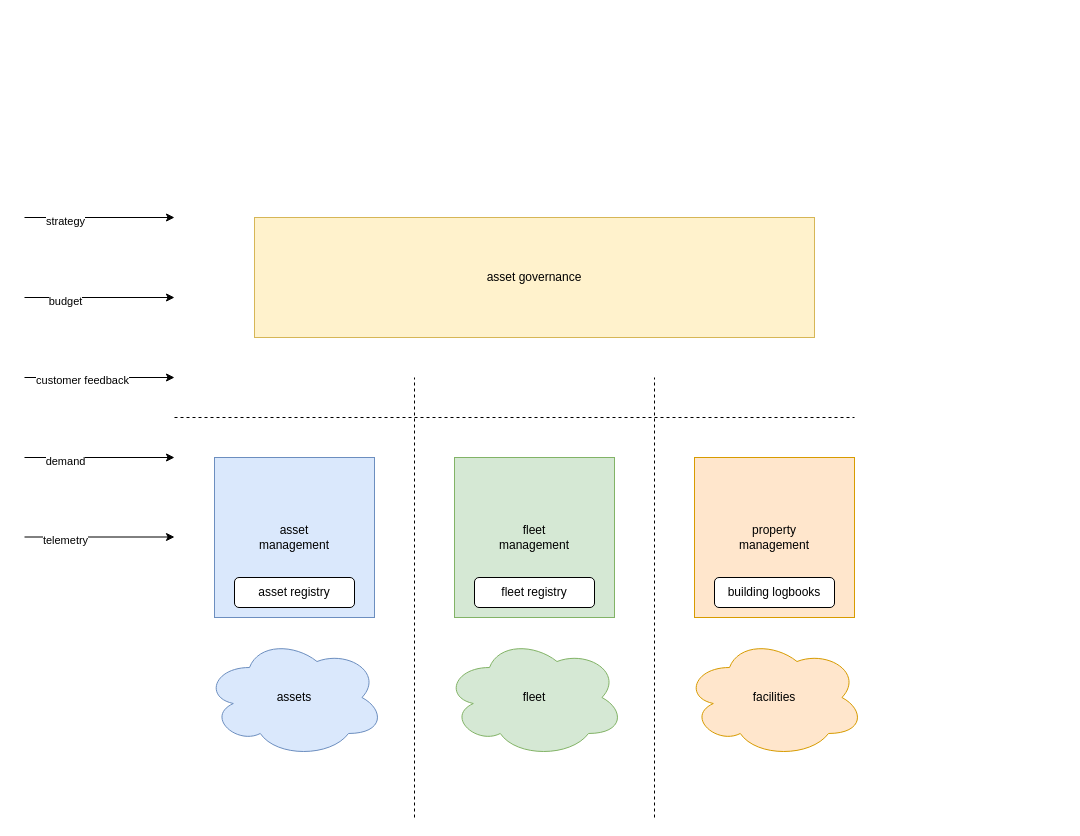
timoruohomaki/LUT-DAP keeps this draw.io diagram as thesis/Untitled Diagram.drawio. Above is the earlier version. Source tidied: cells renumbered, new cells numbered last; positions are measured from the earlier drawing's top-left corner, leaving out a move shared by most shapes. Both pictures are drawn from the tidied source at 100%, with x=0, y=0 at pixel (24, 217).
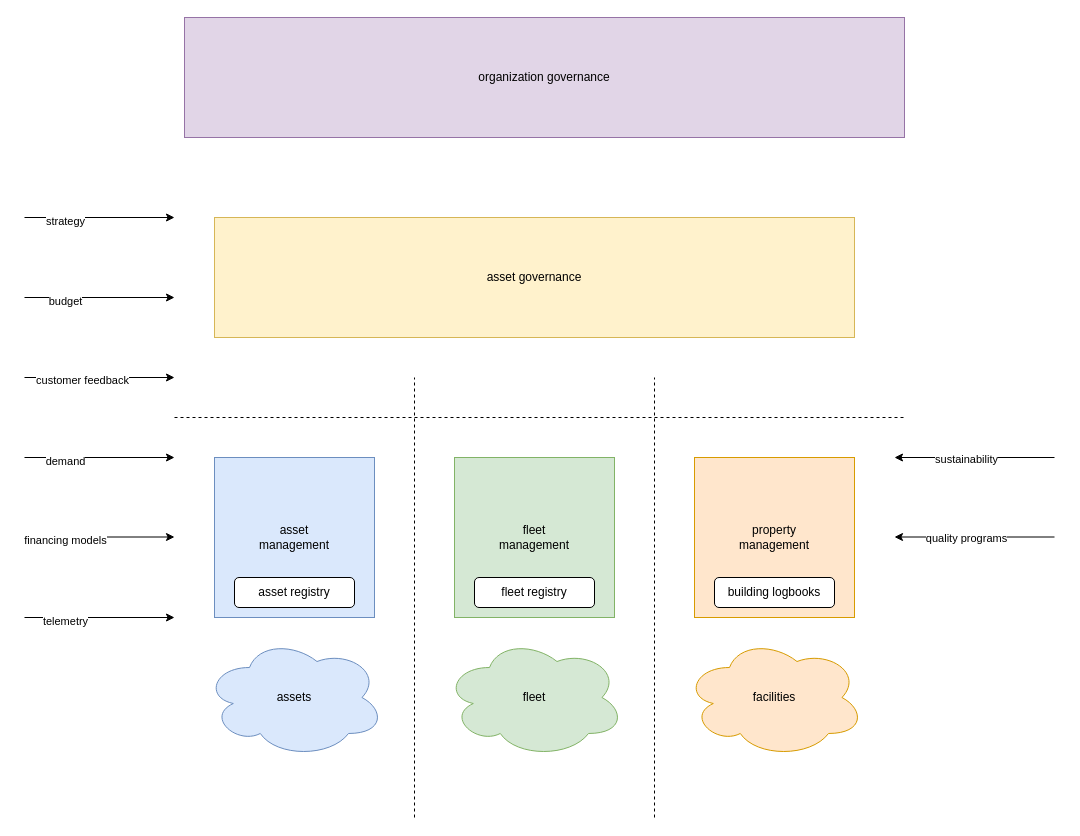
The same page after the edit.

Change to the diagram source:
```diff
@@
     <mxCell id="2" style="endArrow=none;dashed=1;html=1;rounded=0;" parent="1" edge="1">
       <mxGeometry relative="1" as="geometry">
         <mxPoint x="150" y="200" as="sourcePoint" />
-        <mxPoint x="830" y="200" as="targetPoint" />
+        <mxPoint x="880" y="200" as="targetPoint" />
       </mxGeometry>
     </mxCell>
@@
     <mxCell id="8" value="asset governance" style="rounded=0;whiteSpace=wrap;html=1;fillColor=#fff2cc;strokeColor=#d6b656;" parent="1" vertex="1">
-      <mxGeometry x="230" width="560" height="120" as="geometry" />
+      <mxGeometry x="190" width="640" height="120" as="geometry" />
     </mxCell>
@@
     <mxCell id="17" style="endArrow=classic;html=1;rounded=0;" parent="1" edge="1">
       <mxGeometry relative="1" as="geometry">
-        <mxPoint y="319.5" as="sourcePoint" />
-        <mxPoint x="150" y="319.5" as="targetPoint" />
+        <mxPoint y="400" as="sourcePoint" />
+        <mxPoint x="150" y="400" as="targetPoint" />
       </mxGeometry>
     </mxCell>
@@
+    <mxCell id="25" style="endArrow=classic;html=1;rounded=0;" parent="1" edge="1">
+      <mxGeometry relative="1" as="geometry">
+        <mxPoint y="319.5" as="sourcePoint" />
+        <mxPoint x="150" y="319.5" as="targetPoint" />
+      </mxGeometry>
+    </mxCell>
+    <mxCell id="26" value="financing models" style="edgeLabel;html=1;align=center;verticalAlign=middle;" parent="25" vertex="1">
+      <mxGeometry x="0.04" y="-3" relative="1" as="geometry">
+        <mxPoint x="-38" as="offset" />
+      </mxGeometry>
+    </mxCell>
+    <mxCell id="27" style="endArrow=classic;html=1;rounded=0;" parent="1" edge="1">
+      <mxGeometry relative="1" as="geometry">
+        <mxPoint x="1030" y="240" as="sourcePoint" />
+        <mxPoint x="870" y="240" as="targetPoint" />
+      </mxGeometry>
+    </mxCell>
+    <mxCell id="28" value="sustainability" style="edgeLabel;html=1;align=center;verticalAlign=middle;" parent="27" vertex="1">
+      <mxGeometry x="0.11" y="1" relative="1" as="geometry" />
+    </mxCell>
+    <mxCell id="29" style="endArrow=classic;html=1;rounded=0;" parent="1" edge="1">
+      <mxGeometry relative="1" as="geometry">
+        <mxPoint x="1030" y="319.5" as="sourcePoint" />
+        <mxPoint x="870" y="319.5" as="targetPoint" />
+      </mxGeometry>
+    </mxCell>
+    <mxCell id="30" value="quality programs" style="edgeLabel;html=1;align=center;verticalAlign=middle;" parent="29" vertex="1">
+      <mxGeometry x="0.11" y="1" relative="1" as="geometry" />
+    </mxCell>
+    <mxCell id="31" value="organization governance" style="rounded=0;whiteSpace=wrap;html=1;fillColor=#e1d5e7;strokeColor=#9673a6;" parent="1" vertex="1">
+      <mxGeometry x="160" y="-200" width="720" height="120" as="geometry" />
+    </mxCell>
```
